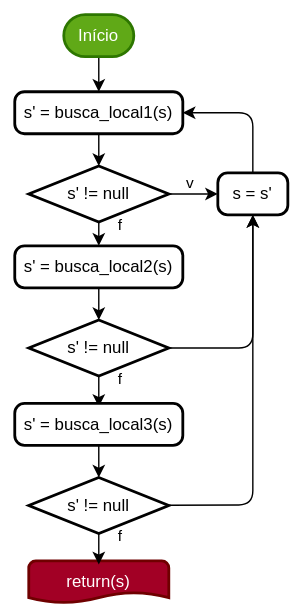
Earlier version of the draw.io export images/vnd.drawio.svg (spideryzarc/OCM). Source tidied: cells renumbered, new cells last; positions are measured from the earlier drawing's top-left corner, leaving out a move shared by most shapes. Its diagram source:
```xml
<mxGraphModel>
  <root>
    <mxCell id="0" />
    <mxCell id="1" parent="0" />
    <mxCell id="2" style="rounded=0;whiteSpace=wrap;html=1;strokeColor=none;" parent="1" vertex="1">
      <mxGeometry width="210" height="430" as="geometry" />
    </mxCell>
    <mxCell id="3" style="edgeStyle=none;html=1;entryX=0.5;entryY=0;entryDx=0;entryDy=0;" parent="1" edge="1" source="4" target="6">
      <mxGeometry relative="1" as="geometry" />
    </mxCell>
    <mxCell id="4" value="Início" style="strokeWidth=2;html=1;shape=mxgraph.flowchart.terminator;whiteSpace=wrap;fillColor=#60a917;fontColor=#ffffff;strokeColor=#2D7600;" parent="1" vertex="1">
      <mxGeometry x="45" y="10" width="50" height="30" as="geometry" />
    </mxCell>
    <mxCell id="5" style="edgeStyle=none;html=1;entryX=0.5;entryY=0;entryDx=0;entryDy=0;entryPerimeter=0;" parent="1" edge="1" source="6" target="9">
      <mxGeometry relative="1" as="geometry" />
    </mxCell>
    <mxCell id="6" value="s' = busca_local1(s)" style="rounded=1;whiteSpace=wrap;html=1;absoluteArcSize=1;arcSize=14;strokeWidth=2;" parent="1" vertex="1">
      <mxGeometry x="10" y="65" width="120" height="30" as="geometry" />
    </mxCell>
    <mxCell id="7" value="f" style="edgeStyle=none;html=1;" parent="1" edge="1" source="9" target="14">
      <mxGeometry x="-0.82" y="15" relative="1" as="geometry" />
    </mxCell>
    <mxCell id="8" value="v" style="edgeStyle=none;html=1;" parent="1" edge="1" source="9" target="11">
      <mxGeometry x="-0.14" y="8" relative="1" as="geometry" />
    </mxCell>
    <mxCell id="9" value="s' != null" style="strokeWidth=2;html=1;shape=mxgraph.flowchart.decision;whiteSpace=wrap;" parent="1" vertex="1">
      <mxGeometry x="20" y="118" width="100" height="40" as="geometry" />
    </mxCell>
    <mxCell id="10" style="edgeStyle=none;html=1;entryX=1;entryY=0.5;entryDx=0;entryDy=0;" parent="1" edge="1" source="11" target="6">
      <mxGeometry relative="1" as="geometry">
        <Array as="points">
          <mxPoint x="180" y="80" />
        </Array>
      </mxGeometry>
    </mxCell>
    <mxCell id="11" value="s = s'" style="rounded=1;whiteSpace=wrap;html=1;absoluteArcSize=1;arcSize=14;strokeWidth=2;" parent="1" vertex="1">
      <mxGeometry x="155" y="123" width="50" height="30" as="geometry" />
    </mxCell>
    <mxCell id="12" value="return(s)" style="strokeWidth=2;html=1;shape=mxgraph.flowchart.document2;whiteSpace=wrap;size=0.25;fillColor=#a20025;fontColor=#ffffff;strokeColor=#6F0000;" parent="1" vertex="1">
      <mxGeometry x="20" y="400" width="100" height="30" as="geometry" />
    </mxCell>
    <mxCell id="13" style="edgeStyle=none;html=1;entryX=0.5;entryY=0;entryDx=0;entryDy=0;entryPerimeter=0;" parent="1" edge="1" source="14" target="17">
      <mxGeometry relative="1" as="geometry" />
    </mxCell>
    <mxCell id="14" value="s' = busca_local2(s)" style="rounded=1;whiteSpace=wrap;html=1;absoluteArcSize=1;arcSize=14;strokeWidth=2;" parent="1" vertex="1">
      <mxGeometry x="10" y="175" width="120" height="30" as="geometry" />
    </mxCell>
    <mxCell id="15" value="f" style="edgeStyle=none;html=1;" parent="1" edge="1" source="17">
      <mxGeometry x="-0.82" y="15" relative="1" as="geometry">
        <mxPoint x="70" y="290" as="targetPoint" />
      </mxGeometry>
    </mxCell>
    <mxCell id="16" style="edgeStyle=none;html=1;entryX=0.5;entryY=1;entryDx=0;entryDy=0;" parent="1" edge="1" source="17" target="11">
      <mxGeometry relative="1" as="geometry">
        <Array as="points">
          <mxPoint x="180" y="248" />
        </Array>
      </mxGeometry>
    </mxCell>
    <mxCell id="17" value="s' != null" style="strokeWidth=2;html=1;shape=mxgraph.flowchart.decision;whiteSpace=wrap;" parent="1" vertex="1">
      <mxGeometry x="20" y="228" width="100" height="40" as="geometry" />
    </mxCell>
    <mxCell id="18" style="edgeStyle=none;html=1;entryX=0.5;entryY=0;entryDx=0;entryDy=0;entryPerimeter=0;" parent="1" edge="1" source="19" target="22">
      <mxGeometry relative="1" as="geometry" />
    </mxCell>
    <mxCell id="19" value="s' = busca_local3(s)" style="rounded=1;whiteSpace=wrap;html=1;absoluteArcSize=1;arcSize=14;strokeWidth=2;" parent="1" vertex="1">
      <mxGeometry x="10" y="287.5" width="120" height="30" as="geometry" />
    </mxCell>
    <mxCell id="20" value="f" style="edgeStyle=none;html=1;" parent="1" edge="1" source="22">
      <mxGeometry x="-0.82" y="15" relative="1" as="geometry">
        <mxPoint x="70" y="402.5" as="targetPoint" />
      </mxGeometry>
    </mxCell>
    <mxCell id="21" style="edgeStyle=none;html=1;entryX=0.5;entryY=1;entryDx=0;entryDy=0;" parent="1" edge="1" source="22" target="11">
      <mxGeometry relative="1" as="geometry">
        <Array as="points">
          <mxPoint x="180" y="360" />
        </Array>
      </mxGeometry>
    </mxCell>
    <mxCell id="22" value="s' != null" style="strokeWidth=2;html=1;shape=mxgraph.flowchart.decision;whiteSpace=wrap;" parent="1" vertex="1">
      <mxGeometry x="20" y="340.5" width="100" height="40" as="geometry" />
    </mxCell>
  </root>
</mxGraphModel>
```
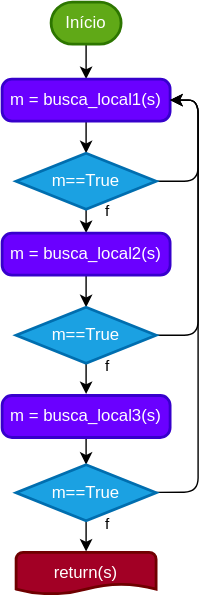
After the change.

Diff of the diagram source:
```diff
@@ -2,9 +2,6 @@
   <root>
     <mxCell id="0" />
     <mxCell id="1" parent="0" />
-    <mxCell id="2" style="rounded=0;whiteSpace=wrap;html=1;strokeColor=none;" parent="1" vertex="1">
-      <mxGeometry width="210" height="430" as="geometry" />
-    </mxCell>
     <mxCell id="3" style="edgeStyle=none;html=1;entryX=0.5;entryY=0;entryDx=0;entryDy=0;" parent="1" edge="1" source="4" target="6">
       <mxGeometry relative="1" as="geometry" />
     </mxCell>
@@ -14,35 +11,30 @@
     <mxCell id="5" style="edgeStyle=none;html=1;entryX=0.5;entryY=0;entryDx=0;entryDy=0;entryPerimeter=0;" parent="1" edge="1" source="6" target="9">
       <mxGeometry relative="1" as="geometry" />
     </mxCell>
-    <mxCell id="6" value="s' = busca_local1(s)" style="rounded=1;whiteSpace=wrap;html=1;absoluteArcSize=1;arcSize=14;strokeWidth=2;" parent="1" vertex="1">
+    <mxCell id="6" value="m = busca_local1(s)" style="rounded=1;whiteSpace=wrap;html=1;absoluteArcSize=1;arcSize=14;strokeWidth=2;fillColor=#6a00ff;fontColor=#ffffff;strokeColor=#3700CC;" parent="1" vertex="1">
       <mxGeometry x="10" y="65" width="120" height="30" as="geometry" />
     </mxCell>
     <mxCell id="7" value="f" style="edgeStyle=none;html=1;" parent="1" edge="1" source="9" target="14">
       <mxGeometry x="-0.82" y="15" relative="1" as="geometry" />
     </mxCell>
-    <mxCell id="8" value="v" style="edgeStyle=none;html=1;" parent="1" edge="1" source="9" target="11">
-      <mxGeometry x="-0.14" y="8" relative="1" as="geometry" />
-    </mxCell>
+    <mxCell id="23" style="edgeStyle=none;html=1;entryX=1;entryY=0.5;entryDx=0;entryDy=0;" parent="1" edge="1" source="9" target="6">
+      <mxGeometry relative="1" as="geometry">
+        <Array as="points">
+          <mxPoint x="150" y="138" />
+          <mxPoint x="150" y="80" />
+        </Array>
+      </mxGeometry>
+    </mxCell>
-    <mxCell id="9" value="s' != null" style="strokeWidth=2;html=1;shape=mxgraph.flowchart.decision;whiteSpace=wrap;" parent="1" vertex="1">
+    <mxCell id="9" value="m==True" style="strokeWidth=2;html=1;shape=mxgraph.flowchart.decision;whiteSpace=wrap;fillColor=#1ba1e2;fontColor=#ffffff;strokeColor=#006EAF;" parent="1" vertex="1">
       <mxGeometry x="20" y="118" width="100" height="40" as="geometry" />
     </mxCell>
-    <mxCell id="10" style="edgeStyle=none;html=1;entryX=1;entryY=0.5;entryDx=0;entryDy=0;" parent="1" edge="1" source="11" target="6">
-      <mxGeometry relative="1" as="geometry">
-        <Array as="points">
-          <mxPoint x="180" y="80" />
-        </Array>
-      </mxGeometry>
-    </mxCell>
-    <mxCell id="11" value="s = s'" style="rounded=1;whiteSpace=wrap;html=1;absoluteArcSize=1;arcSize=14;strokeWidth=2;" parent="1" vertex="1">
-      <mxGeometry x="155" y="123" width="50" height="30" as="geometry" />
-    </mxCell>
     <mxCell id="12" value="return(s)" style="strokeWidth=2;html=1;shape=mxgraph.flowchart.document2;whiteSpace=wrap;size=0.25;fillColor=#a20025;fontColor=#ffffff;strokeColor=#6F0000;" parent="1" vertex="1">
-      <mxGeometry x="20" y="400" width="100" height="30" as="geometry" />
+      <mxGeometry x="20" y="403" width="100" height="30" as="geometry" />
     </mxCell>
     <mxCell id="13" style="edgeStyle=none;html=1;entryX=0.5;entryY=0;entryDx=0;entryDy=0;entryPerimeter=0;" parent="1" edge="1" source="14" target="17">
       <mxGeometry relative="1" as="geometry" />
     </mxCell>
-    <mxCell id="14" value="s' = busca_local2(s)" style="rounded=1;whiteSpace=wrap;html=1;absoluteArcSize=1;arcSize=14;strokeWidth=2;" parent="1" vertex="1">
+    <mxCell id="14" value="m = busca_local2(s)" style="rounded=1;whiteSpace=wrap;html=1;absoluteArcSize=1;arcSize=14;strokeWidth=2;fillColor=#6a00ff;fontColor=#ffffff;strokeColor=#3700CC;" parent="1" vertex="1">
       <mxGeometry x="10" y="175" width="120" height="30" as="geometry" />
     </mxCell>
     <mxCell id="15" value="f" style="edgeStyle=none;html=1;" parent="1" edge="1" source="17">
@@ -50,35 +42,38 @@
         <mxPoint x="70" y="290" as="targetPoint" />
       </mxGeometry>
     </mxCell>
-    <mxCell id="16" style="edgeStyle=none;html=1;entryX=0.5;entryY=1;entryDx=0;entryDy=0;" parent="1" edge="1" source="17" target="11">
-      <mxGeometry relative="1" as="geometry">
-        <Array as="points">
-          <mxPoint x="180" y="248" />
-        </Array>
-      </mxGeometry>
-    </mxCell>
+    <mxCell id="24" style="edgeStyle=none;html=1;" parent="1" edge="1" source="17">
+      <mxGeometry relative="1" as="geometry">
+        <mxPoint x="130" y="80" as="targetPoint" />
+        <Array as="points">
+          <mxPoint x="150" y="248" />
+          <mxPoint x="150" y="80" />
+        </Array>
+      </mxGeometry>
+    </mxCell>
-    <mxCell id="17" value="s' != null" style="strokeWidth=2;html=1;shape=mxgraph.flowchart.decision;whiteSpace=wrap;" parent="1" vertex="1">
+    <mxCell id="17" value="m==True" style="strokeWidth=2;html=1;shape=mxgraph.flowchart.decision;whiteSpace=wrap;fillColor=#1ba1e2;fontColor=#ffffff;strokeColor=#006EAF;" parent="1" vertex="1">
       <mxGeometry x="20" y="228" width="100" height="40" as="geometry" />
     </mxCell>
     <mxCell id="18" style="edgeStyle=none;html=1;entryX=0.5;entryY=0;entryDx=0;entryDy=0;entryPerimeter=0;" parent="1" edge="1" source="19" target="22">
       <mxGeometry relative="1" as="geometry" />
     </mxCell>
-    <mxCell id="19" value="s' = busca_local3(s)" style="rounded=1;whiteSpace=wrap;html=1;absoluteArcSize=1;arcSize=14;strokeWidth=2;" parent="1" vertex="1">
-      <mxGeometry x="10" y="287.5" width="120" height="30" as="geometry" />
+    <mxCell id="19" value="m = busca_local3(s)" style="rounded=1;whiteSpace=wrap;html=1;absoluteArcSize=1;arcSize=14;strokeWidth=2;fillColor=#6a00ff;fontColor=#ffffff;strokeColor=#3700CC;" parent="1" vertex="1">
+      <mxGeometry x="10" y="291" width="120" height="30" as="geometry" />
     </mxCell>
     <mxCell id="20" value="f" style="edgeStyle=none;html=1;" parent="1" edge="1" source="22">
       <mxGeometry x="-0.82" y="15" relative="1" as="geometry">
         <mxPoint x="70" y="402.5" as="targetPoint" />
       </mxGeometry>
     </mxCell>
-    <mxCell id="21" style="edgeStyle=none;html=1;entryX=0.5;entryY=1;entryDx=0;entryDy=0;" parent="1" edge="1" source="22" target="11">
-      <mxGeometry relative="1" as="geometry">
-        <Array as="points">
-          <mxPoint x="180" y="360" />
-        </Array>
-      </mxGeometry>
-    </mxCell>
+    <mxCell id="25" style="edgeStyle=none;html=1;entryX=1;entryY=0.5;entryDx=0;entryDy=0;" parent="1" edge="1" source="22" target="6">
+      <mxGeometry relative="1" as="geometry">
+        <Array as="points">
+          <mxPoint x="150" y="360" />
+          <mxPoint x="150" y="80" />
+        </Array>
+      </mxGeometry>
+    </mxCell>
-    <mxCell id="22" value="s' != null" style="strokeWidth=2;html=1;shape=mxgraph.flowchart.decision;whiteSpace=wrap;" parent="1" vertex="1">
+    <mxCell id="22" value="m==True" style="strokeWidth=2;html=1;shape=mxgraph.flowchart.decision;whiteSpace=wrap;fillColor=#1ba1e2;fontColor=#ffffff;strokeColor=#006EAF;" parent="1" vertex="1">
       <mxGeometry x="20" y="340.5" width="100" height="40" as="geometry" />
     </mxCell>
   </root>
```
